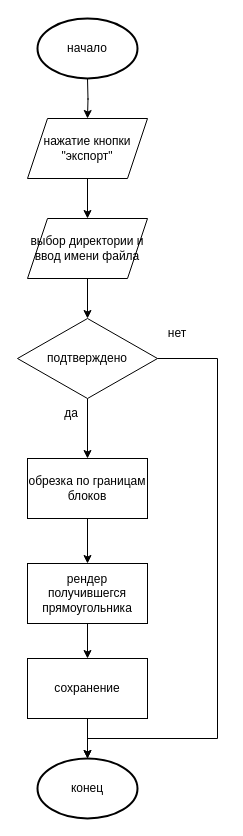
Above: page "_Экспорт_" (4 of 4) of _Блок_Схемы_Эдуард_.drawio in Elvinofficial/CSUICharts (draw.io), before the change. Source tidied: cells renumbered, new cells numbered last; positions are measured from the earlier drawing's top-left corner, leaving out a move shared by most shapes. Both pictures are drawn from the tidied source at 100%, with x=0, y=0 at pixel (17, 18).
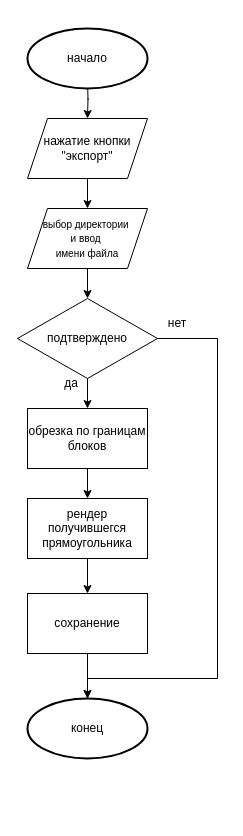
The same diagram, later.

Change to the diagram source:
```diff
@@
-    <mxCell id="6" value="выбор директории и ввод имени файла" style="shape=parallelogram;perimeter=parallelogramPerimeter;whiteSpace=wrap;html=1;fixedSize=1;" parent="1" vertex="1">
-      <mxGeometry x="10" y="200" width="120" height="60" as="geometry" />
+    <mxCell id="6" value="&lt;font style=&quot;font-size: 10px;&quot;&gt;выбор директории&amp;nbsp;&lt;/font&gt;&lt;div&gt;&lt;font style=&quot;font-size: 10px;&quot;&gt;и ввод&amp;nbsp;&lt;/font&gt;&lt;/div&gt;&lt;div&gt;&lt;font style=&quot;font-size: 10px;&quot;&gt;имени файла&lt;/font&gt;&lt;/div&gt;" style="shape=parallelogram;perimeter=parallelogramPerimeter;whiteSpace=wrap;html=1;fixedSize=1;" parent="1" vertex="1">
+      <mxGeometry x="10" y="190" width="120" height="60" as="geometry" />
     </mxCell>
     <mxCell id="7" value="начало" style="strokeWidth=2;html=1;shape=mxgraph.flowchart.start_1;whiteSpace=wrap;" parent="1" vertex="1">
-      <mxGeometry x="20" width="100" height="60" as="geometry" />
+      <mxGeometry x="10" y="10" width="120" height="60" as="geometry" />
     </mxCell>
@@
     <mxCell id="9" value="подтверждено" style="rhombus;whiteSpace=wrap;html=1;" parent="1" vertex="1">
-      <mxGeometry y="300" width="140" height="80" as="geometry" />
+      <mxGeometry y="280" width="140" height="80" as="geometry" />
     </mxCell>
     <mxCell id="10" value="да" style="text;html=1;whiteSpace=wrap;strokeColor=none;fillColor=none;align=center;verticalAlign=middle;rounded=0;" parent="1" vertex="1">
-      <mxGeometry x="24" y="380" width="60" height="30" as="geometry" />
+      <mxGeometry x="24" y="350" width="60" height="30" as="geometry" />
     </mxCell>
     <mxCell id="11" value="нет" style="text;html=1;whiteSpace=wrap;strokeColor=none;fillColor=none;align=center;verticalAlign=middle;rounded=0;" parent="1" vertex="1">
-      <mxGeometry x="130" y="300" width="60" height="30" as="geometry" />
+      <mxGeometry x="130" y="290" width="60" height="30" as="geometry" />
     </mxCell>
     <mxCell id="12" value="конец" style="strokeWidth=2;html=1;shape=mxgraph.flowchart.start_1;whiteSpace=wrap;" parent="1" vertex="1">
-      <mxGeometry x="20" y="740" width="100" height="60" as="geometry" />
+      <mxGeometry x="10" y="680" width="120" height="60" as="geometry" />
     </mxCell>
     <mxCell id="13" style="edgeStyle=orthogonalEdgeStyle;rounded=0;jettySize=auto;html=1;exitX=1;exitY=0.5;exitDx=0;exitDy=0;entryX=0.5;entryY=0;entryDx=0;entryDy=0;entryPerimeter=0;" parent="1" edge="1" source="9" target="12">
       <mxGeometry relative="1" as="geometry">
         <Array as="points">
-          <mxPoint x="200" y="340" />
-          <mxPoint x="200" y="720" />
-          <mxPoint x="70" y="720" />
+          <mxPoint x="200" y="320" />
+          <mxPoint x="200" y="660" />
+          <mxPoint x="70" y="660" />
         </Array>
       </mxGeometry>
     </mxCell>
@@
     <mxCell id="15" value="обрезка по границам блоков" style="rounded=0;whiteSpace=wrap;html=1;" parent="1" vertex="1">
-      <mxGeometry x="10" y="440" width="120" height="60" as="geometry" />
+      <mxGeometry x="10" y="390" width="120" height="60" as="geometry" />
     </mxCell>
@@
     <mxCell id="17" value="рендер получившегся прямоугольника" style="rounded=0;whiteSpace=wrap;html=1;" parent="1" vertex="1">
-      <mxGeometry x="10" y="545" width="120" height="60" as="geometry" />
+      <mxGeometry x="10" y="480" width="120" height="60" as="geometry" />
     </mxCell>
@@
     <mxCell id="19" value="сохранение" style="rounded=0;whiteSpace=wrap;html=1;" parent="1" vertex="1">
-      <mxGeometry x="10" y="640" width="120" height="60" as="geometry" />
+      <mxGeometry x="10" y="575" width="120" height="60" as="geometry" />
     </mxCell>
```
